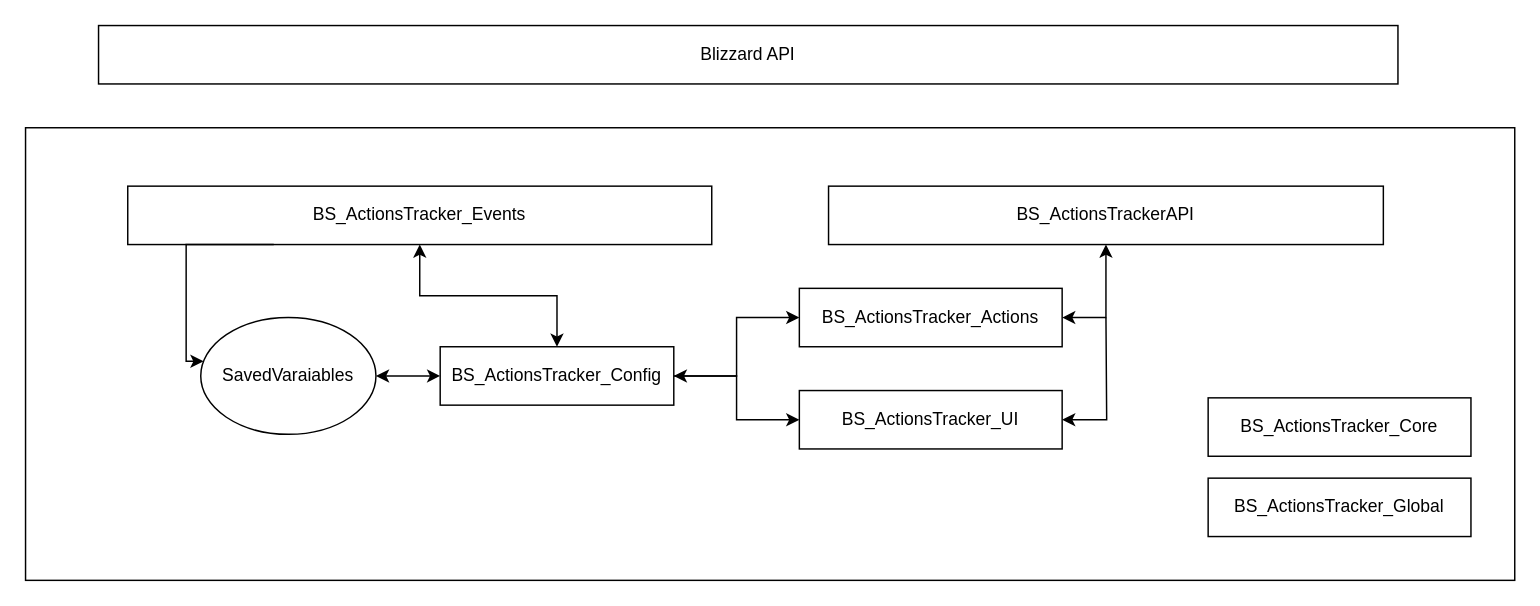
This is BS_ActionsTracker_diagram.drawio from Beginnerstudios/Smartbars, a draw.io file, before an edit. Source tidied: cells renumbered, new cells numbered last; positions are measured from the earlier drawing's top-left corner, leaving out a move shared by most shapes. Both pictures are drawn from the tidied source at 146%, with x=0, y=0 at pixel (25, 25).
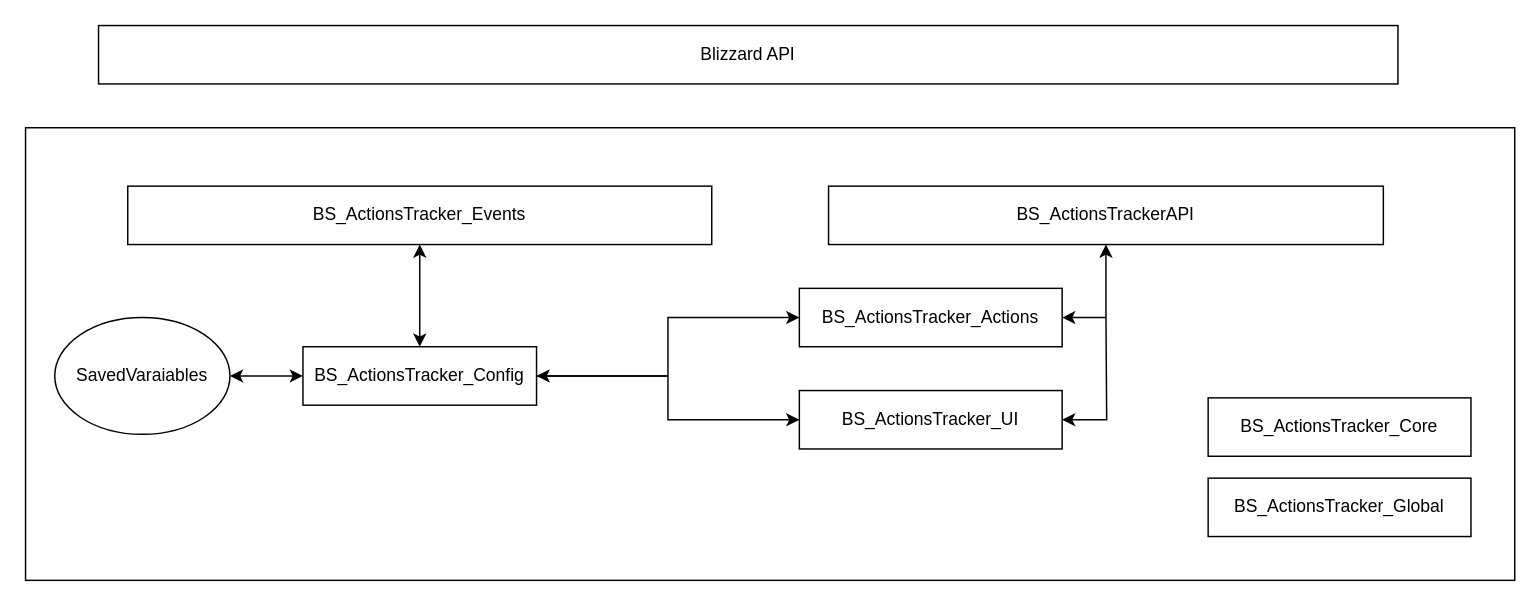
Above is the later version.

Unchanged cells that the change refers to:
```xml
<mxCell id="14" value="&lt;div&gt;BS_ActionsTracker_Events&lt;/div&gt;" style="rounded=0;whiteSpace=wrap;html=1;" parent="1" vertex="1">
  <mxGeometry x="70" y="110" width="400" height="40" as="geometry" />
</mxCell>
```

What changed in the source:
```diff
@@
     <mxCell id="11" value="BS_ActionsTracker_Config" style="rounded=0;whiteSpace=wrap;html=1;" parent="1" vertex="1">
-      <mxGeometry x="284" y="220" width="160" height="40" as="geometry" />
+      <mxGeometry x="190" y="220" width="160" height="40" as="geometry" />
     </mxCell>
@@
-    <mxCell id="16" style="edgeStyle=orthogonalEdgeStyle;rounded=0;jettySize=auto;html=1;startArrow=classic;startFill=1;endArrow=none;endFill=0;entryX=0.25;entryY=1;entryDx=0;entryDy=0;" parent="1" edge="1" source="17" target="14">
-      <mxGeometry relative="1" as="geometry">
-        <Array as="points">
-          <mxPoint x="110" y="230" />
-        </Array>
-      </mxGeometry>
-    </mxCell>
     <mxCell id="17" value="SavedVaraiables" style="ellipse;whiteSpace=wrap;html=1;" parent="1" vertex="1">
-      <mxGeometry x="120" y="200" width="120" height="80" as="geometry" />
+      <mxGeometry x="20" y="200" width="120" height="80" as="geometry" />
     </mxCell>
```
